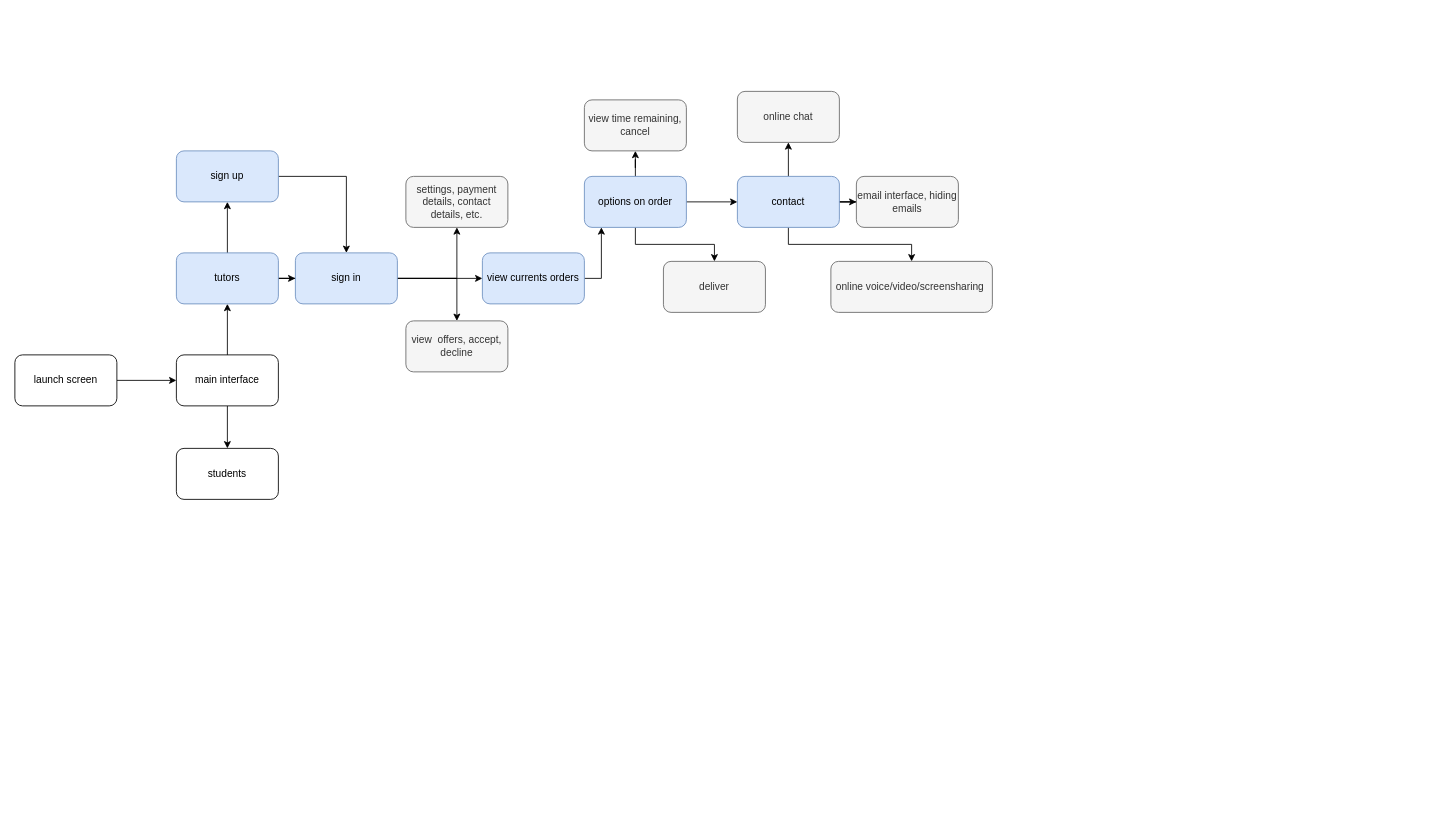
Before: Frontend.drawio in asylumexp/tutor-app, a draw.io diagram. Source tidied: cells renumbered, new cells numbered last; positions are measured from the earlier drawing's top-left corner, leaving out a move shared by most shapes. Both pictures are drawn from the tidied source at 85%, with x=0, y=0 at pixel (14, 91).
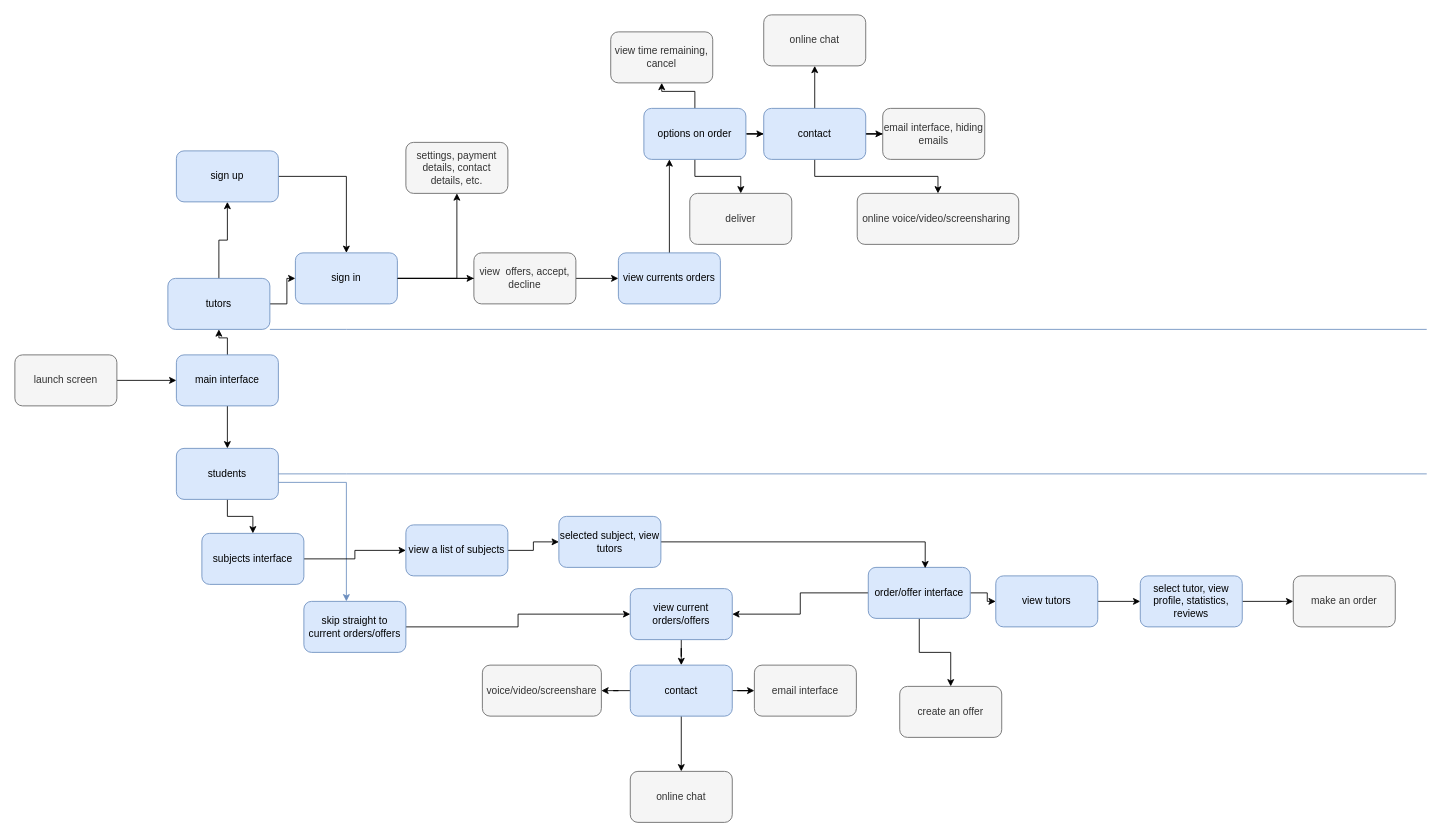
The same diagram, later.

The change refers to these unchanged cells:
```xml
<mxCell id="16" value="sign in&lt;br&gt;" style="rounded=1;whiteSpace=wrap;html=1;fillColor=#dae8fc;strokeColor=#6c8ebf;" parent="1" vertex="1">
  <mxGeometry x="330" y="190" width="120" height="60" as="geometry" />
</mxCell>
```

What changed in the source:
```diff
@@
-    <mxCell id="3" value="launch screen" style="rounded=1;whiteSpace=wrap;html=1;" parent="1" vertex="1">
+    <mxCell id="3" value="launch screen" style="rounded=1;whiteSpace=wrap;html=1;fillColor=#f5f5f5;fontColor=#333333;strokeColor=#666666;" parent="1" vertex="1">
       <mxGeometry y="310" width="120" height="60" as="geometry" />
     </mxCell>
@@
-    <mxCell id="6" value="main interface" style="rounded=1;whiteSpace=wrap;html=1;" parent="1" vertex="1">
+    <mxCell id="6" value="main interface" style="rounded=1;whiteSpace=wrap;html=1;fillColor=#dae8fc;strokeColor=#6c8ebf;" parent="1" vertex="1">
       <mxGeometry x="190" y="310" width="120" height="60" as="geometry" />
     </mxCell>
@@
     <mxCell id="9" value="tutors" style="rounded=1;whiteSpace=wrap;html=1;fillColor=#dae8fc;strokeColor=#6c8ebf;" parent="1" vertex="1">
-      <mxGeometry x="190" y="190" width="120" height="60" as="geometry" />
+      <mxGeometry x="180" y="220" width="120" height="60" as="geometry" />
     </mxCell>
+    <mxCell id="34" style="edgeStyle=orthogonalEdgeStyle;rounded=0;jettySize=auto;html=1;" parent="1" edge="1" source="10" target="56">
+      <mxGeometry relative="1" as="geometry" />
+    </mxCell>
+    <mxCell id="35" style="edgeStyle=orthogonalEdgeStyle;rounded=0;jettySize=auto;html=1;fillColor=#dae8fc;strokeColor=#6c8ebf;" parent="1" edge="1" source="10" target="65">
+      <mxGeometry relative="1" as="geometry">
+        <Array as="points">
+          <mxPoint x="390" y="460" />
+        </Array>
+      </mxGeometry>
+    </mxCell>
-    <mxCell id="10" value="students" style="rounded=1;whiteSpace=wrap;html=1;" parent="1" vertex="1">
+    <mxCell id="10" value="students" style="rounded=1;whiteSpace=wrap;html=1;fillColor=#dae8fc;strokeColor=#6c8ebf;" parent="1" vertex="1">
       <mxGeometry x="190" y="420" width="120" height="60" as="geometry" />
     </mxCell>
@@
-    <mxCell id="13" style="edgeStyle=orthogonalEdgeStyle;rounded=0;jettySize=auto;html=1;" parent="1" edge="1" source="16" target="18">
+    <mxCell id="13" style="edgeStyle=orthogonalEdgeStyle;rounded=0;jettySize=auto;html=1;startArrow=none;" parent="1" edge="1" source="33" target="18">
       <mxGeometry relative="1" as="geometry" />
     </mxCell>
@@
-    <mxCell id="17" style="edgeStyle=orthogonalEdgeStyle;rounded=0;jettySize=auto;html=1;" parent="1" edge="1" source="18" target="22">
-      <mxGeometry relative="1" as="geometry">
-        <Array as="points">
-          <mxPoint x="690" y="220" />
-        </Array>
-      </mxGeometry>
+    <mxCell id="17" style="edgeStyle=orthogonalEdgeStyle;rounded=0;jettySize=auto;html=1;entryX=0.25;entryY=1;entryDx=0;entryDy=0;" parent="1" edge="1" source="18" target="22">
+      <mxGeometry relative="1" as="geometry" />
     </mxCell>
     <mxCell id="18" value="view currents orders" style="rounded=1;whiteSpace=wrap;html=1;fillColor=#dae8fc;strokeColor=#6c8ebf;" parent="1" vertex="1">
-      <mxGeometry x="550" y="190" width="120" height="60" as="geometry" />
+      <mxGeometry x="710" y="190" width="120" height="60" as="geometry" />
     </mxCell>
@@
     <mxCell id="22" value="options on order" style="rounded=1;whiteSpace=wrap;html=1;fillColor=#dae8fc;strokeColor=#6c8ebf;" parent="1" vertex="1">
-      <mxGeometry x="670" y="100" width="120" height="60" as="geometry" />
+      <mxGeometry x="740" y="20" width="120" height="60" as="geometry" />
     </mxCell>
     <mxCell id="23" value="view time remaining, cancel" style="rounded=1;whiteSpace=wrap;html=1;fillColor=#f5f5f5;fontColor=#333333;strokeColor=#666666;" parent="1" vertex="1">
-      <mxGeometry x="670" y="10" width="120" height="60" as="geometry" />
+      <mxGeometry x="701" y="-70" width="120" height="60" as="geometry" />
     </mxCell>
@@
     <mxCell id="27" value="contact" style="rounded=1;whiteSpace=wrap;html=1;fillColor=#dae8fc;strokeColor=#6c8ebf;" parent="1" vertex="1">
-      <mxGeometry x="850" y="100" width="120" height="60" as="geometry" />
+      <mxGeometry x="881" y="20" width="120" height="60" as="geometry" />
     </mxCell>
     <mxCell id="28" value="deliver" style="rounded=1;whiteSpace=wrap;html=1;fillColor=#f5f5f5;fontColor=#333333;strokeColor=#666666;" parent="1" vertex="1">
-      <mxGeometry x="763" y="200" width="120" height="60" as="geometry" />
+      <mxGeometry x="794" y="120" width="120" height="60" as="geometry" />
     </mxCell>
     <mxCell id="29" value="online chat" style="rounded=1;whiteSpace=wrap;html=1;fillColor=#f5f5f5;fontColor=#333333;strokeColor=#666666;" parent="1" vertex="1">
-      <mxGeometry x="850" width="120" height="60" as="geometry" />
+      <mxGeometry x="881" y="-90" width="120" height="60" as="geometry" />
     </mxCell>
     <mxCell id="30" value="email interface, hiding emails" style="rounded=1;whiteSpace=wrap;html=1;fillColor=#f5f5f5;fontColor=#333333;strokeColor=#666666;" parent="1" vertex="1">
-      <mxGeometry x="990" y="100" width="120" height="60" as="geometry" />
+      <mxGeometry x="1021" y="20" width="120" height="60" as="geometry" />
     </mxCell>
     <mxCell id="31" value="online voice/video/screensharing&amp;nbsp;" style="rounded=1;whiteSpace=wrap;html=1;fillColor=#f5f5f5;fontColor=#333333;strokeColor=#666666;" parent="1" vertex="1">
-      <mxGeometry x="960" y="200" width="190" height="60" as="geometry" />
+      <mxGeometry x="991" y="120" width="190" height="60" as="geometry" />
     </mxCell>
     <mxCell id="32" value="settings, payment details, contact details, etc." style="rounded=1;whiteSpace=wrap;html=1;fillColor=#f5f5f5;fontColor=#333333;strokeColor=#666666;" parent="1" vertex="1">
-      <mxGeometry x="460" y="100" width="120" height="60" as="geometry" />
+      <mxGeometry x="460" y="60" width="120" height="60" as="geometry" />
     </mxCell>
+    <mxCell id="36" style="edgeStyle=orthogonalEdgeStyle;rounded=0;jettySize=auto;html=1;" parent="1" edge="1" source="39" target="41">
+      <mxGeometry relative="1" as="geometry" />
+    </mxCell>
+    <mxCell id="37" style="edgeStyle=orthogonalEdgeStyle;rounded=0;jettySize=auto;html=1;" parent="1" edge="1" source="39" target="42">
+      <mxGeometry relative="1" as="geometry" />
+    </mxCell>
+    <mxCell id="38" style="edgeStyle=orthogonalEdgeStyle;rounded=0;jettySize=auto;html=1;" parent="1" edge="1" source="39" target="44">
+      <mxGeometry relative="1" as="geometry" />
+    </mxCell>
+    <mxCell id="39" value="order/offer interface" style="rounded=1;whiteSpace=wrap;html=1;fillColor=#dae8fc;strokeColor=#6c8ebf;" parent="1" vertex="1">
+      <mxGeometry x="1004" y="560" width="120" height="60" as="geometry" />
+    </mxCell>
+    <mxCell id="40" style="edgeStyle=orthogonalEdgeStyle;rounded=0;jettySize=auto;html=1;" parent="1" edge="1" source="41" target="54">
+      <mxGeometry relative="1" as="geometry" />
+    </mxCell>
+    <mxCell id="41" value="view tutors" style="rounded=1;whiteSpace=wrap;html=1;fillColor=#dae8fc;strokeColor=#6c8ebf;" parent="1" vertex="1">
+      <mxGeometry x="1154" y="570" width="120" height="60" as="geometry" />
+    </mxCell>
+    <mxCell id="42" value="create an offer" style="rounded=1;whiteSpace=wrap;html=1;fillColor=#f5f5f5;fontColor=#333333;strokeColor=#666666;" parent="1" vertex="1">
+      <mxGeometry x="1041" y="700" width="120" height="60" as="geometry" />
+    </mxCell>
+    <mxCell id="43" style="edgeStyle=orthogonalEdgeStyle;rounded=0;jettySize=auto;html=1;" parent="1" edge="1" source="44" target="49">
+      <mxGeometry relative="1" as="geometry" />
+    </mxCell>
+    <mxCell id="44" value="view current orders/offers" style="rounded=1;whiteSpace=wrap;html=1;fillColor=#dae8fc;strokeColor=#6c8ebf;" parent="1" vertex="1">
+      <mxGeometry x="724" y="585" width="120" height="60" as="geometry" />
+    </mxCell>
+    <mxCell id="45" value="make an order" style="rounded=1;whiteSpace=wrap;html=1;fillColor=#f5f5f5;fontColor=#333333;strokeColor=#666666;" parent="1" vertex="1">
+      <mxGeometry x="1504" y="570" width="120" height="60" as="geometry" />
+    </mxCell>
+    <mxCell id="46" style="edgeStyle=orthogonalEdgeStyle;rounded=0;jettySize=auto;html=1;" parent="1" edge="1" source="49" target="51">
+      <mxGeometry relative="1" as="geometry" />
+    </mxCell>
+    <mxCell id="47" style="edgeStyle=orthogonalEdgeStyle;rounded=0;jettySize=auto;html=1;" parent="1" edge="1" source="49" target="52">
+      <mxGeometry relative="1" as="geometry" />
+    </mxCell>
+    <mxCell id="48" style="edgeStyle=orthogonalEdgeStyle;rounded=0;jettySize=auto;html=1;" parent="1" edge="1" source="49" target="50">
+      <mxGeometry relative="1" as="geometry" />
+    </mxCell>
+    <mxCell id="49" value="contact" style="rounded=1;whiteSpace=wrap;html=1;fillColor=#dae8fc;strokeColor=#6c8ebf;" parent="1" vertex="1">
+      <mxGeometry x="724" y="675" width="120" height="60" as="geometry" />
+    </mxCell>
+    <mxCell id="50" value="voice/video/screenshare" style="rounded=1;whiteSpace=wrap;html=1;fillColor=#f5f5f5;fontColor=#333333;strokeColor=#666666;" parent="1" vertex="1">
+      <mxGeometry x="550" y="675" width="140" height="60" as="geometry" />
+    </mxCell>
+    <mxCell id="51" value="online chat" style="rounded=1;whiteSpace=wrap;html=1;fillColor=#f5f5f5;fontColor=#333333;strokeColor=#666666;" parent="1" vertex="1">
+      <mxGeometry x="724" y="800" width="120" height="60" as="geometry" />
+    </mxCell>
+    <mxCell id="52" value="email interface" style="rounded=1;whiteSpace=wrap;html=1;fillColor=#f5f5f5;fontColor=#333333;strokeColor=#666666;" parent="1" vertex="1">
+      <mxGeometry x="870" y="675" width="120" height="60" as="geometry" />
+    </mxCell>
+    <mxCell id="53" style="edgeStyle=orthogonalEdgeStyle;rounded=0;jettySize=auto;html=1;" parent="1" edge="1" source="54" target="45">
+      <mxGeometry relative="1" as="geometry" />
+    </mxCell>
+    <mxCell id="54" value="select tutor, view profile, statistics, reviews" style="rounded=1;whiteSpace=wrap;html=1;fillColor=#dae8fc;strokeColor=#6c8ebf;" parent="1" vertex="1">
+      <mxGeometry x="1324" y="570" width="120" height="60" as="geometry" />
+    </mxCell>
+    <mxCell id="55" style="edgeStyle=orthogonalEdgeStyle;rounded=0;jettySize=auto;html=1;" parent="1" edge="1" source="56" target="61">
+      <mxGeometry relative="1" as="geometry" />
+    </mxCell>
+    <mxCell id="56" value="subjects interface" style="rounded=1;whiteSpace=wrap;html=1;fillColor=#dae8fc;strokeColor=#6c8ebf;" parent="1" vertex="1">
+      <mxGeometry x="220" y="520" width="120" height="60" as="geometry" />
+    </mxCell>
+    <mxCell id="57" style="endArrow=none;html=1;rounded=0;exitX=1;exitY=0.5;exitDx=0;exitDy=0;fillColor=#dae8fc;strokeColor=#6c8ebf;" parent="1" edge="1" source="10">
+      <mxGeometry relative="1" as="geometry">
+        <mxPoint x="1661" y="450" as="targetPoint" />
+        <Array as="points">
+          <mxPoint x="390" y="450" />
+        </Array>
+      </mxGeometry>
+    </mxCell>
+    <mxCell id="58" style="endArrow=none;html=1;rounded=0;exitX=1;exitY=1;exitDx=0;exitDy=0;fillColor=#dae8fc;strokeColor=#6c8ebf;" parent="1" edge="1" source="9">
+      <mxGeometry relative="1" as="geometry">
+        <mxPoint x="1661" y="280" as="targetPoint" />
+        <Array as="points">
+          <mxPoint x="390" y="280" />
+        </Array>
+      </mxGeometry>
+    </mxCell>
     <mxCell id="33" value="view &amp;nbsp;offers, accept, decline" style="rounded=1;whiteSpace=wrap;html=1;fillColor=#f5f5f5;fontColor=#333333;strokeColor=#666666;" parent="1" vertex="1">
-      <mxGeometry x="460" y="270" width="120" height="60" as="geometry" />
+      <mxGeometry x="540" y="190" width="120" height="60" as="geometry" />
     </mxCell>
+    <mxCell id="59" style="edgeStyle=orthogonalEdgeStyle;rounded=0;jettySize=auto;html=1;endArrow=none;" parent="1" edge="1" source="16" target="33">
+      <mxGeometry relative="1" as="geometry" />
+    </mxCell>
+    <mxCell id="60" style="edgeStyle=orthogonalEdgeStyle;rounded=0;jettySize=auto;html=1;" parent="1" edge="1" source="61" target="63">
+      <mxGeometry relative="1" as="geometry" />
+    </mxCell>
+    <mxCell id="61" value="view a list of subjects" style="rounded=1;whiteSpace=wrap;html=1;fillColor=#dae8fc;strokeColor=#6c8ebf;" parent="1" vertex="1">
+      <mxGeometry x="460" y="510" width="120" height="60" as="geometry" />
+    </mxCell>
+    <mxCell id="62" style="edgeStyle=orthogonalEdgeStyle;rounded=0;jettySize=auto;html=1;entryX=0.558;entryY=0.017;entryDx=0;entryDy=0;entryPerimeter=0;" parent="1" edge="1" source="63" target="39">
+      <mxGeometry relative="1" as="geometry" />
+    </mxCell>
+    <mxCell id="63" value="selected subject, view tutors" style="rounded=1;whiteSpace=wrap;html=1;fillColor=#dae8fc;strokeColor=#6c8ebf;" parent="1" vertex="1">
+      <mxGeometry x="640" y="500" width="120" height="60" as="geometry" />
+    </mxCell>
+    <mxCell id="64" style="edgeStyle=orthogonalEdgeStyle;rounded=0;jettySize=auto;html=1;" parent="1" edge="1" source="65" target="44">
+      <mxGeometry relative="1" as="geometry" />
+    </mxCell>
+    <mxCell id="65" value="skip straight to current orders/offers" style="rounded=1;whiteSpace=wrap;html=1;fillColor=#dae8fc;strokeColor=#6c8ebf;" parent="1" vertex="1">
+      <mxGeometry x="340" y="600" width="120" height="60" as="geometry" />
+    </mxCell>
```
